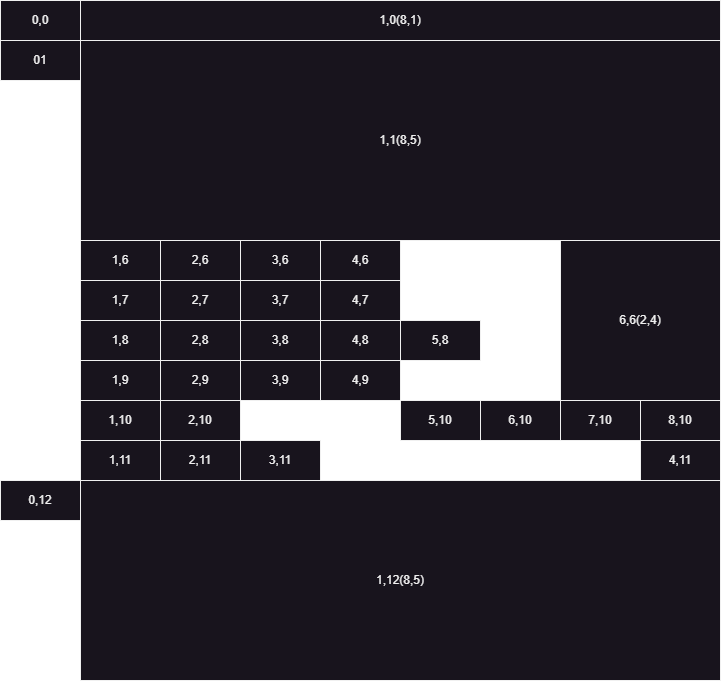
Earlier version of the draw.io export fms_restart/target/classes/com/resource/layout_v1.png (Zhan5410/fms_restart). Source tidied: cells renumbered, new cells last; positions are measured from the earlier drawing's top-left corner, leaving out a move shared by most shapes. Its diagram source:
```xml
<mxGraphModel>
  <root>
    <mxCell id="0" />
    <mxCell id="1" parent="0" />
    <mxCell id="2" value="0,0" style="rounded=0;whiteSpace=wrap;html=1;" parent="1" vertex="1">
      <mxGeometry width="80" height="40" as="geometry" />
    </mxCell>
    <mxCell id="3" value="1,0(8,1)" style="rounded=0;whiteSpace=wrap;html=1;" parent="1" vertex="1">
      <mxGeometry x="80" width="640" height="40" as="geometry" />
    </mxCell>
    <mxCell id="4" value="1,1(8,5)" style="rounded=0;whiteSpace=wrap;html=1;" parent="1" vertex="1">
      <mxGeometry x="80" y="40" width="640" height="200" as="geometry" />
    </mxCell>
    <mxCell id="5" value="1,6" style="rounded=0;whiteSpace=wrap;html=1;" parent="1" vertex="1">
      <mxGeometry x="80" y="240" width="80" height="40" as="geometry" />
    </mxCell>
    <mxCell id="6" value="2,8" style="rounded=0;whiteSpace=wrap;html=1;" parent="1" vertex="1">
      <mxGeometry x="160" y="320" width="80" height="40" as="geometry" />
    </mxCell>
    <mxCell id="7" value="2,7" style="rounded=0;whiteSpace=wrap;html=1;" parent="1" vertex="1">
      <mxGeometry x="160" y="280" width="80" height="40" as="geometry" />
    </mxCell>
    <mxCell id="8" value="1,8" style="rounded=0;whiteSpace=wrap;html=1;" parent="1" vertex="1">
      <mxGeometry x="80" y="320" width="80" height="40" as="geometry" />
    </mxCell>
    <mxCell id="9" value="2,6" style="rounded=0;whiteSpace=wrap;html=1;" parent="1" vertex="1">
      <mxGeometry x="160" y="240" width="80" height="40" as="geometry" />
    </mxCell>
    <mxCell id="10" value="1,7" style="rounded=0;whiteSpace=wrap;html=1;" parent="1" vertex="1">
      <mxGeometry x="80" y="280" width="80" height="40" as="geometry" />
    </mxCell>
    <mxCell id="11" value="1,9" style="rounded=0;whiteSpace=wrap;html=1;" parent="1" vertex="1">
      <mxGeometry x="80" y="360" width="80" height="40" as="geometry" />
    </mxCell>
    <mxCell id="12" value="2,11" style="rounded=0;whiteSpace=wrap;html=1;" parent="1" vertex="1">
      <mxGeometry x="160" y="440" width="80" height="40" as="geometry" />
    </mxCell>
    <mxCell id="13" value="2,10" style="rounded=0;whiteSpace=wrap;html=1;" parent="1" vertex="1">
      <mxGeometry x="160" y="400" width="80" height="40" as="geometry" />
    </mxCell>
    <mxCell id="14" value="1,11" style="rounded=0;whiteSpace=wrap;html=1;" parent="1" vertex="1">
      <mxGeometry x="80" y="440" width="80" height="40" as="geometry" />
    </mxCell>
    <mxCell id="15" value="2,9" style="rounded=0;whiteSpace=wrap;html=1;" parent="1" vertex="1">
      <mxGeometry x="160" y="360" width="80" height="40" as="geometry" />
    </mxCell>
    <mxCell id="16" value="1,10" style="rounded=0;whiteSpace=wrap;html=1;" parent="1" vertex="1">
      <mxGeometry x="80" y="400" width="80" height="40" as="geometry" />
    </mxCell>
    <mxCell id="17" value="3,6" style="rounded=0;whiteSpace=wrap;html=1;" parent="1" vertex="1">
      <mxGeometry x="240" y="240" width="80" height="40" as="geometry" />
    </mxCell>
    <mxCell id="18" value="3,7" style="rounded=0;whiteSpace=wrap;html=1;" parent="1" vertex="1">
      <mxGeometry x="240" y="280" width="80" height="40" as="geometry" />
    </mxCell>
    <mxCell id="19" value="3,8" style="rounded=0;whiteSpace=wrap;html=1;" parent="1" vertex="1">
      <mxGeometry x="240" y="320" width="80" height="40" as="geometry" />
    </mxCell>
    <mxCell id="20" value="4,6" style="rounded=0;whiteSpace=wrap;html=1;" parent="1" vertex="1">
      <mxGeometry x="320" y="240" width="80" height="40" as="geometry" />
    </mxCell>
    <mxCell id="21" value="4,8" style="rounded=0;whiteSpace=wrap;html=1;" parent="1" vertex="1">
      <mxGeometry x="320" y="320" width="80" height="40" as="geometry" />
    </mxCell>
    <mxCell id="22" value="6,6(2,4)" style="rounded=0;whiteSpace=wrap;html=1;" parent="1" vertex="1">
      <mxGeometry x="560" y="240" width="160" height="160" as="geometry" />
    </mxCell>
    <mxCell id="23" value="4,7" style="rounded=0;whiteSpace=wrap;html=1;" parent="1" vertex="1">
      <mxGeometry x="320" y="280" width="80" height="40" as="geometry" />
    </mxCell>
    <mxCell id="24" value="3,9" style="rounded=0;whiteSpace=wrap;html=1;" parent="1" vertex="1">
      <mxGeometry x="240" y="360" width="80" height="40" as="geometry" />
    </mxCell>
    <mxCell id="25" value="3,11" style="rounded=0;whiteSpace=wrap;html=1;" parent="1" vertex="1">
      <mxGeometry x="240" y="440" width="80" height="40" as="geometry" />
    </mxCell>
    <mxCell id="26" value="4,9" style="rounded=0;whiteSpace=wrap;html=1;" parent="1" vertex="1">
      <mxGeometry x="320" y="360" width="80" height="40" as="geometry" />
    </mxCell>
    <mxCell id="27" value="5,10" style="rounded=0;whiteSpace=wrap;html=1;" parent="1" vertex="1">
      <mxGeometry x="400" y="400" width="80" height="40" as="geometry" />
    </mxCell>
    <mxCell id="28" value="6,10" style="rounded=0;whiteSpace=wrap;html=1;" parent="1" vertex="1">
      <mxGeometry x="480" y="400" width="80" height="40" as="geometry" />
    </mxCell>
    <mxCell id="29" value="5,8" style="rounded=0;whiteSpace=wrap;html=1;" parent="1" vertex="1">
      <mxGeometry x="400" y="320" width="80" height="40" as="geometry" />
    </mxCell>
    <mxCell id="30" value="7,10" style="rounded=0;whiteSpace=wrap;html=1;" parent="1" vertex="1">
      <mxGeometry x="560" y="400" width="80" height="40" as="geometry" />
    </mxCell>
    <mxCell id="31" value="1,12(8,5)" style="rounded=0;whiteSpace=wrap;html=1;" parent="1" vertex="1">
      <mxGeometry x="80" y="480" width="640" height="200" as="geometry" />
    </mxCell>
    <mxCell id="32" value="4,11" style="rounded=0;whiteSpace=wrap;html=1;" parent="1" vertex="1">
      <mxGeometry x="640" y="440" width="80" height="40" as="geometry" />
    </mxCell>
    <mxCell id="33" value="01" style="rounded=0;whiteSpace=wrap;html=1;" parent="1" vertex="1">
      <mxGeometry y="40" width="80" height="40" as="geometry" />
    </mxCell>
    <mxCell id="34" value="0,12" style="rounded=0;whiteSpace=wrap;html=1;" parent="1" vertex="1">
      <mxGeometry y="480" width="80" height="40" as="geometry" />
    </mxCell>
    <mxCell id="35" value="8,10" style="rounded=0;whiteSpace=wrap;html=1;" parent="1" vertex="1">
      <mxGeometry x="640" y="400" width="80" height="40" as="geometry" />
    </mxCell>
  </root>
</mxGraphModel>
```
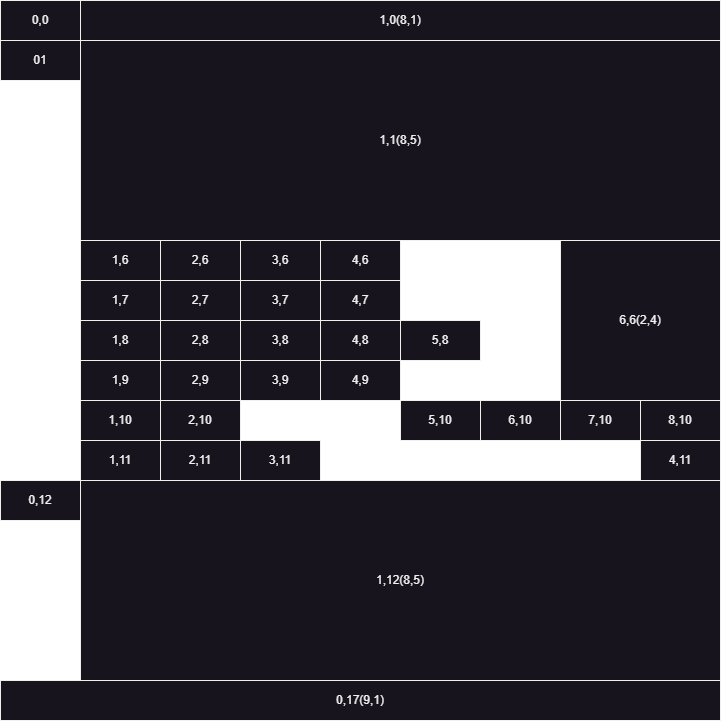
Above is the later version.

What changed in the source:
```diff
@@ -104,5 +104,8 @@
     <mxCell id="35" value="8,10" style="rounded=0;whiteSpace=wrap;html=1;" parent="1" vertex="1">
       <mxGeometry x="640" y="400" width="80" height="40" as="geometry" />
     </mxCell>
+    <mxCell id="36" value="0,17(9,1)" style="rounded=0;whiteSpace=wrap;html=1;" parent="1" vertex="1">
+      <mxGeometry y="680" width="720" height="40" as="geometry" />
+    </mxCell>
   </root>
 </mxGraphModel>
```
